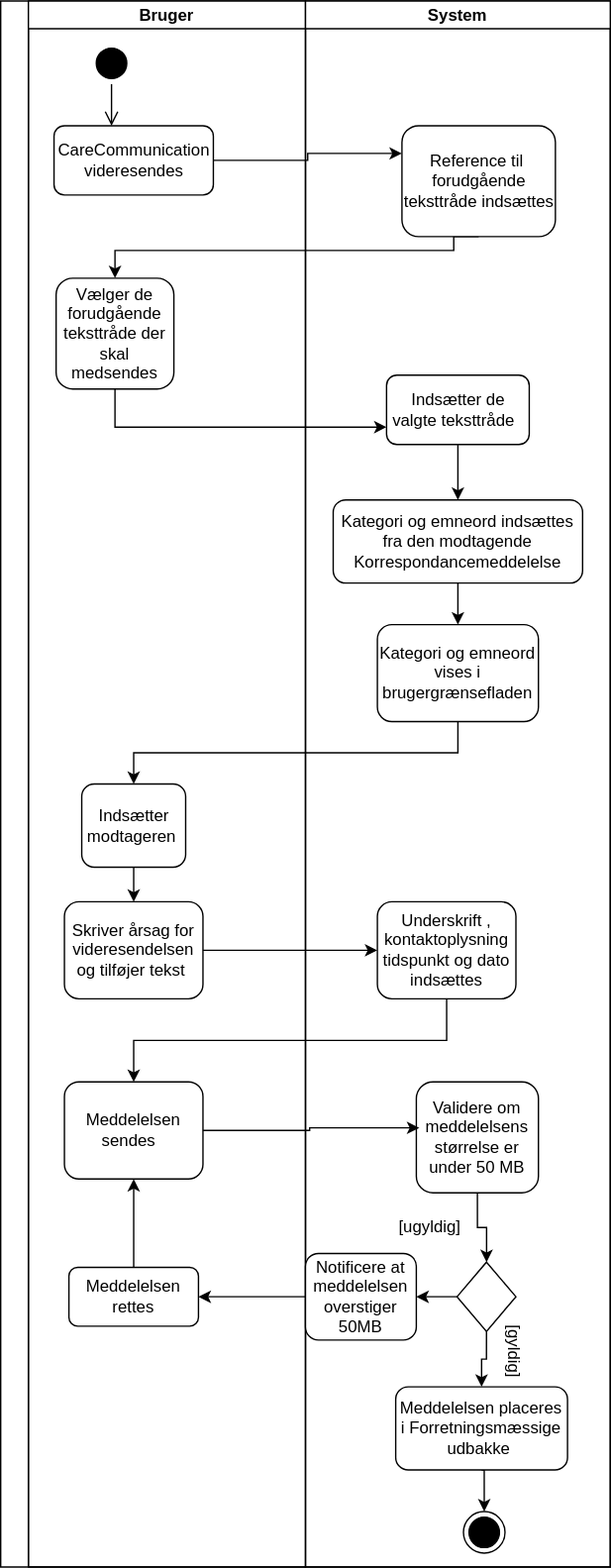
The draw.io diagram docs/assets/images/DK_S3_VideresendCc.drawio.svg in medcomdk/dk-medcom-carecommunication, before a commit. Source tidied: cells renumbered, new cells last; positions are measured from the earlier drawing's top-left corner, leaving out a move shared by most shapes.
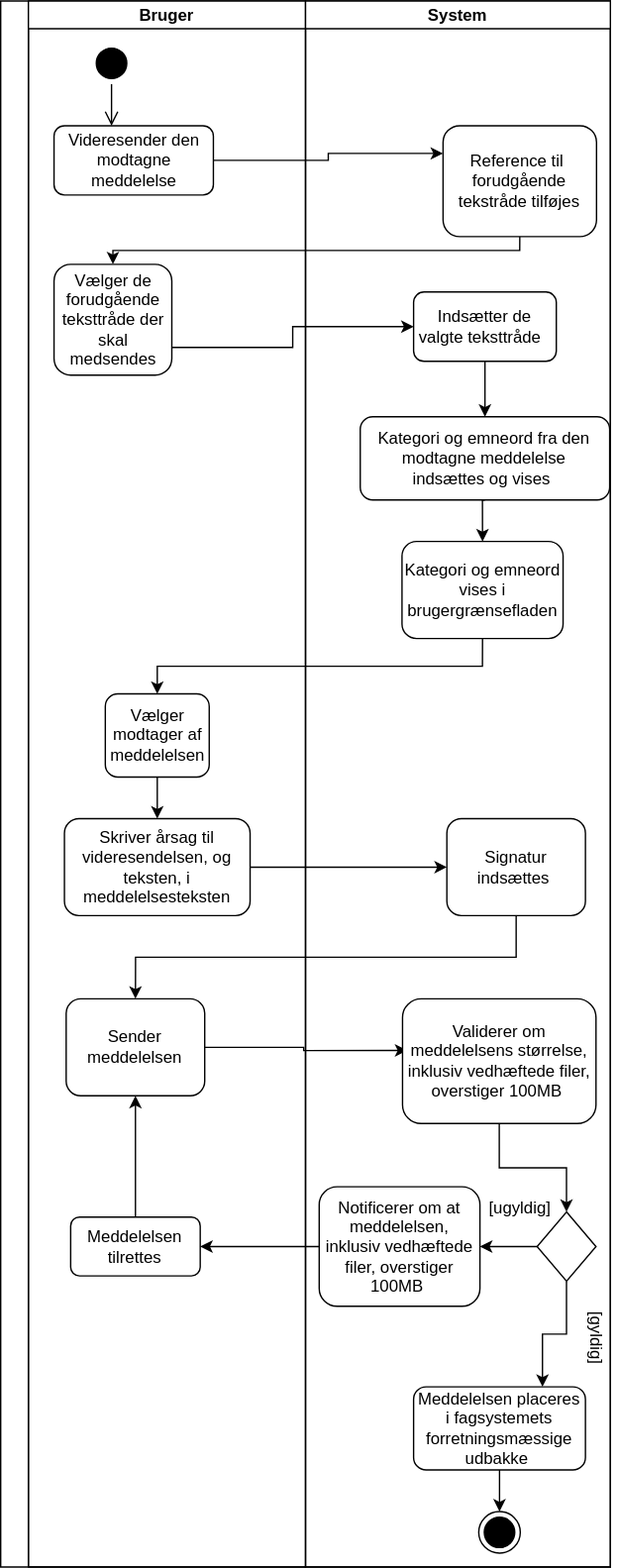
Later version of the same file.

Commit message:
Activity diagrams corrected

The edit, as a diff of the source:
```diff
@@ -5,6 +5,20 @@
     <mxCell id="2" style="swimlane;startSize=20;horizontal=0;" parent="1" vertex="1">
       <mxGeometry width="440" height="1130" as="geometry" />
     </mxCell>
+    <mxCell id="14" style="edgeStyle=orthogonalEdgeStyle;rounded=0;jettySize=auto;html=1;exitX=1;exitY=0.5;exitDx=0;exitDy=0;entryX=0;entryY=0.25;entryDx=0;entryDy=0;" parent="2" edge="1" source="6" target="19">
+      <mxGeometry relative="1" as="geometry" />
+    </mxCell>
+    <mxCell id="15" style="edgeStyle=orthogonalEdgeStyle;rounded=0;jettySize=auto;html=1;exitX=0.5;exitY=1;exitDx=0;exitDy=0;entryX=0.5;entryY=0;entryDx=0;entryDy=0;" parent="2" edge="1" source="19" target="12">
+      <mxGeometry relative="1" as="geometry">
+        <Array as="points">
+          <mxPoint x="327" y="180" />
+          <mxPoint x="83" y="180" />
+        </Array>
+      </mxGeometry>
+    </mxCell>
+    <mxCell id="17" style="edgeStyle=orthogonalEdgeStyle;rounded=0;jettySize=auto;html=1;exitX=0.5;exitY=1;exitDx=0;exitDy=0;" parent="2" edge="1" source="22" target="8">
+      <mxGeometry relative="1" as="geometry" />
+    </mxCell>
     <mxCell id="3" value="Bruger" style="swimlane;startSize=20;" parent="2" vertex="1">
       <mxGeometry x="20" width="200" height="1130" as="geometry" />
     </mxCell>
@@ -16,119 +30,101 @@
         <mxPoint x="60" y="90" as="targetPoint" />
       </mxGeometry>
     </mxCell>
-    <mxCell id="6" value="CareCommunication&lt;br&gt;videresendes" style="rounded=1;whiteSpace=wrap;html=1;" parent="3" vertex="1">
+    <mxCell id="6" value="Videresender den modtagne meddelelse" style="rounded=1;whiteSpace=wrap;html=1;" parent="3" vertex="1">
       <mxGeometry x="18.5" y="90" width="115" height="50" as="geometry" />
     </mxCell>
     <mxCell id="7" style="edgeStyle=orthogonalEdgeStyle;rounded=0;jettySize=auto;html=1;exitX=0.5;exitY=1;exitDx=0;exitDy=0;entryX=0.5;entryY=0;entryDx=0;entryDy=0;" parent="3" edge="1" source="8" target="9">
       <mxGeometry relative="1" as="geometry" />
     </mxCell>
-    <mxCell id="8" value="Indsætter modtageren&amp;nbsp;" style="rounded=1;whiteSpace=wrap;html=1;" parent="3" vertex="1">
-      <mxGeometry x="38.5" y="565" width="75" height="60" as="geometry" />
+    <mxCell id="8" value="Vælger modtager af meddelelsen" style="rounded=1;whiteSpace=wrap;html=1;" parent="3" vertex="1">
+      <mxGeometry x="55.5" y="500" width="75" height="60" as="geometry" />
     </mxCell>
-    <mxCell id="9" value="Skriver årsag for videresendelsen og tilføjer tekst&amp;nbsp;" style="rounded=1;whiteSpace=wrap;html=1;" parent="3" vertex="1">
-      <mxGeometry x="26" y="650" width="100" height="70" as="geometry" />
+    <mxCell id="9" value="Skriver årsag til videresendelsen, og teksten, i meddelelsesteksten" style="rounded=1;whiteSpace=wrap;html=1;" parent="3" vertex="1">
+      <mxGeometry x="26" y="590" width="134" height="70" as="geometry" />
     </mxCell>
     <mxCell id="10" style="edgeStyle=orthogonalEdgeStyle;rounded=0;jettySize=auto;html=1;exitX=0.5;exitY=0;exitDx=0;exitDy=0;entryX=0.5;entryY=1;entryDx=0;entryDy=0;" parent="3" edge="1" source="11" target="13">
       <mxGeometry relative="1" as="geometry" />
     </mxCell>
-    <mxCell id="11" value="Meddelelsen rettes" style="rounded=1;whiteSpace=wrap;html=1;" parent="3" vertex="1">
-      <mxGeometry x="29.2" y="913.8" width="93.5" height="42.5" as="geometry" />
+    <mxCell id="11" value="Meddelelsen tilrettes" style="rounded=1;whiteSpace=wrap;html=1;" parent="3" vertex="1">
+      <mxGeometry x="30.5" y="877.5" width="93.5" height="42.5" as="geometry" />
     </mxCell>
     <mxCell id="12" value="&lt;div&gt;&lt;br&gt;&lt;/div&gt;&lt;div&gt;Vælger de forudgående teksttråde der skal medsendes&lt;/div&gt;&lt;div&gt;&lt;br&gt;&lt;/div&gt;" style="rounded=1;whiteSpace=wrap;html=1;" parent="3" vertex="1">
-      <mxGeometry x="20" y="200" width="85" height="80" as="geometry" />
+      <mxGeometry x="18.5" y="190" width="85" height="80" as="geometry" />
     </mxCell>
-    <mxCell id="13" value="Meddelelsen sendes&amp;nbsp;&amp;nbsp;" style="rounded=1;whiteSpace=wrap;html=1;" parent="3" vertex="1">
-      <mxGeometry x="26" y="780" width="100" height="70" as="geometry" />
+    <mxCell id="13" value="Sender meddelelsen" style="rounded=1;whiteSpace=wrap;html=1;" parent="3" vertex="1">
+      <mxGeometry x="27.2" y="720" width="100" height="70" as="geometry" />
     </mxCell>
-    <mxCell id="14" style="edgeStyle=orthogonalEdgeStyle;rounded=0;jettySize=auto;html=1;exitX=1;exitY=0.5;exitDx=0;exitDy=0;entryX=0;entryY=0.25;entryDx=0;entryDy=0;" parent="2" edge="1" source="6" target="19">
-      <mxGeometry relative="1" as="geometry" />
-    </mxCell>
-    <mxCell id="15" style="edgeStyle=orthogonalEdgeStyle;rounded=0;jettySize=auto;html=1;exitX=0.5;exitY=1;exitDx=0;exitDy=0;entryX=0.5;entryY=0;entryDx=0;entryDy=0;" parent="2" edge="1" source="19" target="12">
-      <mxGeometry relative="1" as="geometry">
-        <Array as="points">
-          <mxPoint x="327" y="180" />
-          <mxPoint x="83" y="180" />
-        </Array>
-      </mxGeometry>
-    </mxCell>
-    <mxCell id="16" style="edgeStyle=orthogonalEdgeStyle;rounded=0;jettySize=auto;html=1;exitX=0.5;exitY=1;exitDx=0;exitDy=0;entryX=0;entryY=0.75;entryDx=0;entryDy=0;" parent="2" edge="1" source="12" target="35">
-      <mxGeometry relative="1" as="geometry" />
-    </mxCell>
-    <mxCell id="17" style="edgeStyle=orthogonalEdgeStyle;rounded=0;jettySize=auto;html=1;exitX=0.5;exitY=1;exitDx=0;exitDy=0;" parent="2" edge="1" source="22" target="8">
-      <mxGeometry relative="1" as="geometry" />
-    </mxCell>
+    <mxCell id="37" style="edgeStyle=orthogonalEdgeStyle;rounded=0;jettySize=auto;html=1;" parent="2" edge="1" source="32" target="11">
+      <mxGeometry relative="1" as="geometry" />
+    </mxCell>
+    <mxCell id="38" style="edgeStyle=orthogonalEdgeStyle;rounded=0;jettySize=auto;html=1;exitX=1;exitY=0.5;exitDx=0;exitDy=0;entryX=0;entryY=0.5;entryDx=0;entryDy=0;" parent="2" edge="1" source="9" target="36">
+      <mxGeometry relative="1" as="geometry" />
+    </mxCell>
+    <mxCell id="39" style="edgeStyle=orthogonalEdgeStyle;rounded=0;jettySize=auto;html=1;exitX=0.5;exitY=1;exitDx=0;exitDy=0;entryX=0.5;entryY=0;entryDx=0;entryDy=0;" parent="2" edge="1" source="36" target="13">
+      <mxGeometry relative="1" as="geometry" />
+    </mxCell>
+    <mxCell id="40" style="edgeStyle=orthogonalEdgeStyle;rounded=0;jettySize=auto;html=1;exitX=1;exitY=0.5;exitDx=0;exitDy=0;entryX=0.025;entryY=0.414;entryDx=0;entryDy=0;entryPerimeter=0;" parent="2" edge="1" source="13" target="27">
+      <mxGeometry relative="1" as="geometry" />
+    </mxCell>
     <mxCell id="18" value="System" style="swimlane;startSize=20;" parent="2" vertex="1">
       <mxGeometry x="220" width="220" height="1130" as="geometry" />
     </mxCell>
-    <mxCell id="19" value="Reference til&amp;nbsp; forudgående teksttråde indsættes" style="rounded=1;whiteSpace=wrap;html=1;" parent="18" vertex="1">
-      <mxGeometry x="69.6" y="90" width="110.8" height="80" as="geometry" />
+    <mxCell id="19" value="Reference til&amp;nbsp; forudgående tekstråde tilføjes" style="rounded=1;whiteSpace=wrap;html=1;" parent="18" vertex="1">
+      <mxGeometry x="99.2" y="90" width="110.8" height="80" as="geometry" />
     </mxCell>
     <mxCell id="20" style="edgeStyle=orthogonalEdgeStyle;rounded=0;jettySize=auto;html=1;exitX=0.5;exitY=1;exitDx=0;exitDy=0;entryX=0.5;entryY=0;entryDx=0;entryDy=0;" parent="18" edge="1" source="21" target="22">
       <mxGeometry relative="1" as="geometry" />
     </mxCell>
-    <mxCell id="21" value="Kategori og emneord indsættes fra den modtagende Korrespondancemeddelelse" style="rounded=1;whiteSpace=wrap;html=1;" parent="18" vertex="1">
-      <mxGeometry x="20" y="360" width="180" height="60" as="geometry" />
+    <mxCell id="21" value="&lt;span class=&quot;normaltextrun&quot;&gt;&lt;span style=&quot;font-size:10.0pt;&lt;br/&gt;line-height:107%;font-family:&amp;quot;Calibri&amp;quot;,sans-serif;mso-fareast-font-family:Calibri;&lt;br/&gt;mso-fareast-theme-font:minor-latin;mso-ansi-language:DA;mso-fareast-language:&lt;br/&gt;EN-US;mso-bidi-language:AR-SA&quot;&gt;Kategori og emneord fra den modtagne meddelelse&lt;br/&gt;indsættes og vises&lt;/span&gt;&lt;/span&gt;&lt;span class=&quot;eop&quot;&gt;&lt;span style=&quot;font-size:10.0pt;line-height:107%;font-family:&amp;quot;Calibri&amp;quot;,sans-serif;&lt;br/&gt;mso-fareast-font-family:Calibri;mso-fareast-theme-font:minor-latin;mso-ansi-language:&lt;br/&gt;DA;mso-fareast-language:EN-US;mso-bidi-language:AR-SA&quot;&gt;&lt;span style=&quot;user-select: text;-webkit-user-drag: none;-webkit-tap-highlight-color: transparent&quot;&gt;&amp;nbsp;&lt;/span&gt;&lt;/span&gt;&lt;/span&gt;" style="rounded=1;whiteSpace=wrap;html=1;" parent="18" vertex="1">
+      <mxGeometry x="39.5" y="300" width="180" height="60" as="geometry" />
     </mxCell>
     <mxCell id="22" value="Kategori og emneord vises i brugergrænsefladen" style="rounded=1;whiteSpace=wrap;html=1;" parent="18" vertex="1">
-      <mxGeometry x="51.9" y="450" width="116.2" height="70" as="geometry" />
+      <mxGeometry x="69.6" y="390" width="116.2" height="70" as="geometry" />
     </mxCell>
     <mxCell id="23" style="edgeStyle=orthogonalEdgeStyle;rounded=0;jettySize=auto;html=1;exitX=0.5;exitY=1;exitDx=0;exitDy=0;entryX=0.5;entryY=0;entryDx=0;entryDy=0;" parent="18" edge="1" source="24" target="25">
       <mxGeometry relative="1" as="geometry" />
     </mxCell>
-    <mxCell id="24" value="Meddelelsen placeres i Forretningsmæssige&lt;br&gt;udbakke&amp;nbsp;" style="rounded=1;whiteSpace=wrap;html=1;" parent="18" vertex="1">
-      <mxGeometry x="65.1" y="1000" width="124" height="60" as="geometry" />
+    <mxCell id="24" value="Meddelelsen placeres i fagsystemets forretningsmæssige udbakke&amp;nbsp;" style="rounded=1;whiteSpace=wrap;html=1;" parent="18" vertex="1">
+      <mxGeometry x="78" y="1000" width="124" height="60" as="geometry" />
     </mxCell>
     <mxCell id="25" style="ellipse;html=1;shape=endState;fillColor=#000000;strokeColor=#000000;" parent="18" vertex="1">
-      <mxGeometry x="114" y="1090" width="30" height="30" as="geometry" />
+      <mxGeometry x="125" y="1090" width="30" height="30" as="geometry" />
     </mxCell>
     <mxCell id="26" style="edgeStyle=orthogonalEdgeStyle;rounded=0;jettySize=auto;html=1;exitX=0.5;exitY=1;exitDx=0;exitDy=0;" parent="18" edge="1" source="27" target="30">
       <mxGeometry relative="1" as="geometry" />
     </mxCell>
-    <mxCell id="27" value="Validere om meddelelsens størrelse er under 50 MB" style="rounded=1;whiteSpace=wrap;html=1;" parent="18" vertex="1">
-      <mxGeometry x="80" y="780" width="88.1" height="80" as="geometry" />
+    <mxCell id="27" value="Validerer om meddelelsens størrelse, inklusiv vedhæftede filer, overstiger 100MB&amp;nbsp;" style="rounded=1;whiteSpace=wrap;html=1;" parent="18" vertex="1">
+      <mxGeometry x="70" y="720" width="139.6" height="90" as="geometry" />
     </mxCell>
-    <mxCell id="28" style="edgeStyle=orthogonalEdgeStyle;rounded=0;jettySize=auto;html=1;exitX=0.5;exitY=1;exitDx=0;exitDy=0;" parent="18" edge="1" source="30" target="24">
+    <mxCell id="28" style="edgeStyle=orthogonalEdgeStyle;rounded=0;jettySize=auto;html=1;entryX=0.75;entryY=0;entryDx=0;entryDy=0;" parent="18" edge="1" source="30" target="24">
       <mxGeometry relative="1" as="geometry" />
     </mxCell>
-    <mxCell id="29" style="edgeStyle=orthogonalEdgeStyle;rounded=0;jettySize=auto;html=1;exitX=0;exitY=0.5;exitDx=0;exitDy=0;entryX=1;entryY=0.5;entryDx=0;entryDy=0;" parent="18" edge="1" source="30" target="32">
-      <mxGeometry relative="1" as="geometry">
-        <Array as="points">
-          <mxPoint x="88.6" y="935" />
-        </Array>
-      </mxGeometry>
+    <mxCell id="29" style="edgeStyle=orthogonalEdgeStyle;rounded=0;jettySize=auto;html=1;exitX=0;exitY=0.5;exitDx=0;exitDy=0;" parent="18" edge="1" source="30" target="32">
+      <mxGeometry relative="1" as="geometry" />
     </mxCell>
     <mxCell id="30" style="rhombus;whiteSpace=wrap;html=1;" parent="18" vertex="1">
-      <mxGeometry x="109.4" y="910" width="42.5" height="50" as="geometry" />
+      <mxGeometry x="167.1" y="873.8" width="42.5" height="50" as="geometry" />
     </mxCell>
     <mxCell id="31" value="[gyldig]" style="text;html=1;strokeColor=none;fillColor=none;align=center;verticalAlign=middle;whiteSpace=wrap;rounded=0;rotation=90;" parent="18" vertex="1">
-      <mxGeometry x="120.4" y="960" width="60" height="30" as="geometry" />
+      <mxGeometry x="180" y="950" width="60" height="30" as="geometry" />
     </mxCell>
-    <mxCell id="32" value="Notificere at meddelelsen overstiger 50MB" style="rounded=1;whiteSpace=wrap;html=1;" parent="18" vertex="1">
-      <mxGeometry y="903.8" width="80" height="62.5" as="geometry" />
+    <mxCell id="32" value="Notificerer om at meddelelsen, inklusiv vedhæftede filer, overstiger 100MB&amp;nbsp;" style="rounded=1;whiteSpace=wrap;html=1;" parent="18" vertex="1">
+      <mxGeometry x="9.9" y="855.6" width="116" height="86.2" as="geometry" />
     </mxCell>
     <mxCell id="33" value="[ugyldig]" style="text;html=1;strokeColor=none;fillColor=none;align=center;verticalAlign=middle;whiteSpace=wrap;rounded=0;rotation=0;" parent="18" vertex="1">
-      <mxGeometry x="60.4" y="870" width="60" height="30" as="geometry" />
+      <mxGeometry x="124.6" y="855.6" width="60" height="30" as="geometry" />
     </mxCell>
     <mxCell id="34" style="edgeStyle=orthogonalEdgeStyle;rounded=0;jettySize=auto;html=1;exitX=0.5;exitY=1;exitDx=0;exitDy=0;entryX=0.5;entryY=0;entryDx=0;entryDy=0;" parent="18" edge="1" source="35" target="21">
       <mxGeometry relative="1" as="geometry" />
     </mxCell>
     <mxCell id="35" value="Indsætter de valgte teksttråde&amp;nbsp;&amp;nbsp;" style="rounded=1;whiteSpace=wrap;html=1;" parent="18" vertex="1">
-      <mxGeometry x="58.5" y="270" width="103" height="50" as="geometry" />
+      <mxGeometry x="78" y="210" width="103" height="50" as="geometry" />
     </mxCell>
-    <mxCell id="36" value="&lt;div&gt;&lt;br&gt;&lt;/div&gt;&lt;div&gt;Underskrift , kontaktoplysning tidspunkt og dato indsættes&lt;/div&gt;&lt;div&gt;&lt;br&gt;&lt;/div&gt;" style="rounded=1;whiteSpace=wrap;html=1;" parent="18" vertex="1">
-      <mxGeometry x="51.9" y="650" width="100" height="70" as="geometry" />
+    <mxCell id="36" value="&lt;div&gt;Signatur indsættes&amp;nbsp;&lt;/div&gt;" style="rounded=1;whiteSpace=wrap;html=1;" parent="18" vertex="1">
+      <mxGeometry x="102" y="590" width="100" height="70" as="geometry" />
     </mxCell>
-    <mxCell id="37" style="edgeStyle=orthogonalEdgeStyle;rounded=0;jettySize=auto;html=1;" parent="2" edge="1" source="32" target="11">
-      <mxGeometry relative="1" as="geometry" />
-    </mxCell>
-    <mxCell id="38" style="edgeStyle=orthogonalEdgeStyle;rounded=0;jettySize=auto;html=1;exitX=1;exitY=0.5;exitDx=0;exitDy=0;entryX=0;entryY=0.5;entryDx=0;entryDy=0;" parent="2" edge="1" source="9" target="36">
-      <mxGeometry relative="1" as="geometry" />
-    </mxCell>
-    <mxCell id="39" style="edgeStyle=orthogonalEdgeStyle;rounded=0;jettySize=auto;html=1;exitX=0.5;exitY=1;exitDx=0;exitDy=0;entryX=0.5;entryY=0;entryDx=0;entryDy=0;" parent="2" edge="1" source="36" target="13">
-      <mxGeometry relative="1" as="geometry" />
-    </mxCell>
-    <mxCell id="40" style="edgeStyle=orthogonalEdgeStyle;rounded=0;jettySize=auto;html=1;exitX=1;exitY=0.5;exitDx=0;exitDy=0;entryX=0.025;entryY=0.414;entryDx=0;entryDy=0;entryPerimeter=0;" parent="2" edge="1" source="13" target="27">
-      <mxGeometry relative="1" as="geometry" />
-    </mxCell>
+    <mxCell id="16" style="edgeStyle=orthogonalEdgeStyle;rounded=0;jettySize=auto;html=1;exitX=1;exitY=0.75;exitDx=0;exitDy=0;entryX=0;entryY=0.5;entryDx=0;entryDy=0;" parent="2" edge="1" source="12" target="35">
+      <mxGeometry relative="1" as="geometry" />
+    </mxCell>
   </root>
 </mxGraphModel>
```
